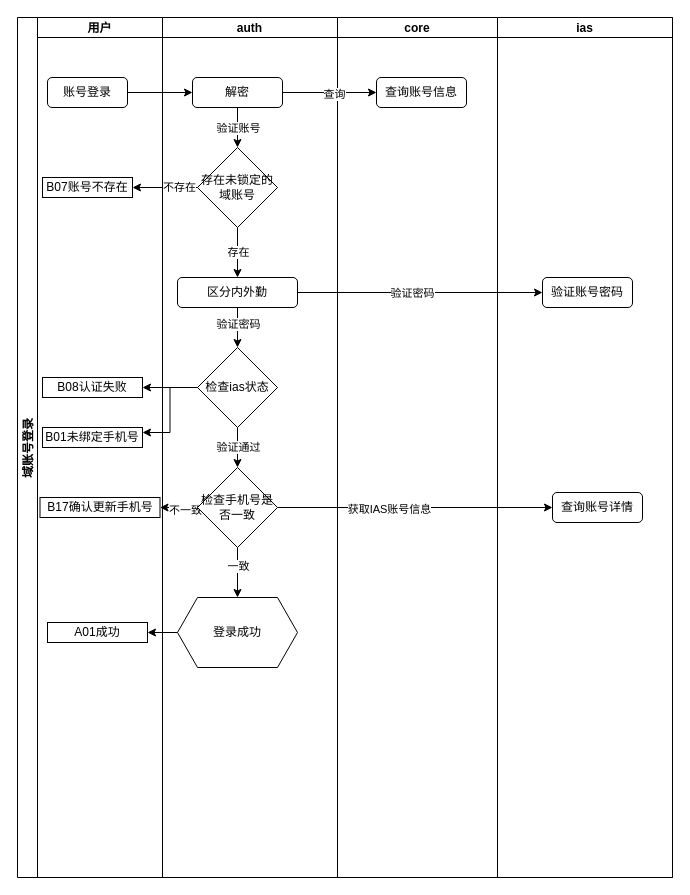
The draw.io diagram page "账号登录流程" (1 of 3) of 域账号登录流程.drawio in rainerpiao/cloud-computing, before the edit. Source tidied: cells renumbered, new cells numbered last; positions are measured from the earlier drawing's top-left corner, leaving out a move shared by most shapes. Both pictures are drawn from the tidied source at 100%, with x=0, y=0 at pixel (17, 17).
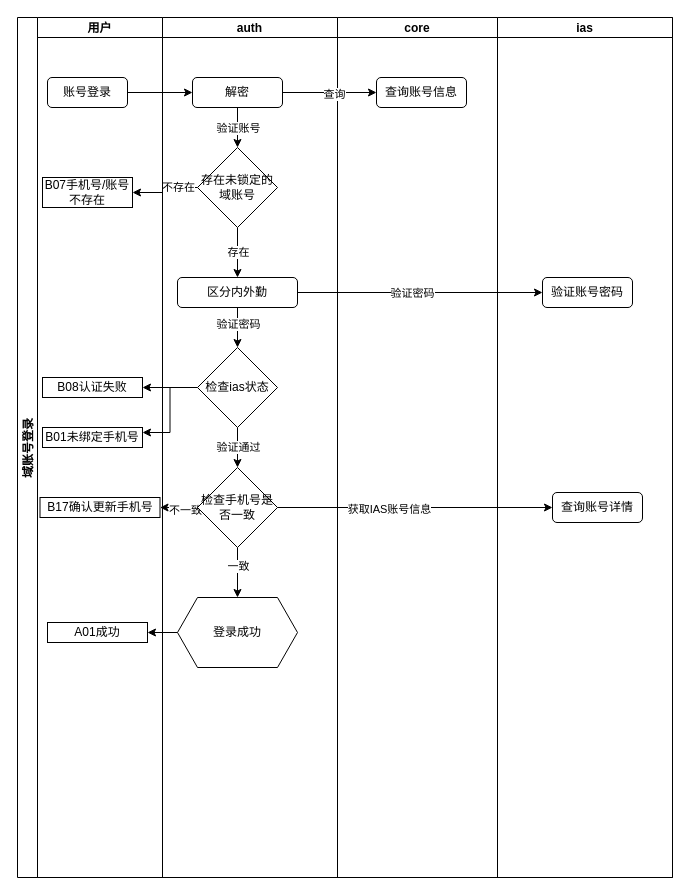
The same diagram, later.

The change refers to these unchanged cells:
```xml
<mxCell id="3" value="用户" style="swimlane;startSize=20;strokeColor=default;align=center;verticalAlign=middle;fontFamily=Helvetica;fontSize=12;fontColor=default;fontStyle=1;fillColor=default;" parent="2" vertex="1">
  <mxGeometry x="20" width="125" height="860" as="geometry" />
</mxCell>
```

The edit, as a diff of the source:
```diff
@@
-    <mxCell id="4" value="B07账号不存在" style="whiteSpace=wrap;html=1;" parent="3" vertex="1">
-      <mxGeometry x="5" y="160" width="90" height="20" as="geometry" />
+    <mxCell id="4" value="B07手机号/账号不存在" style="whiteSpace=wrap;html=1;" parent="3" vertex="1">
+      <mxGeometry x="5" y="160" width="90" height="30" as="geometry" />
     </mxCell>
```
